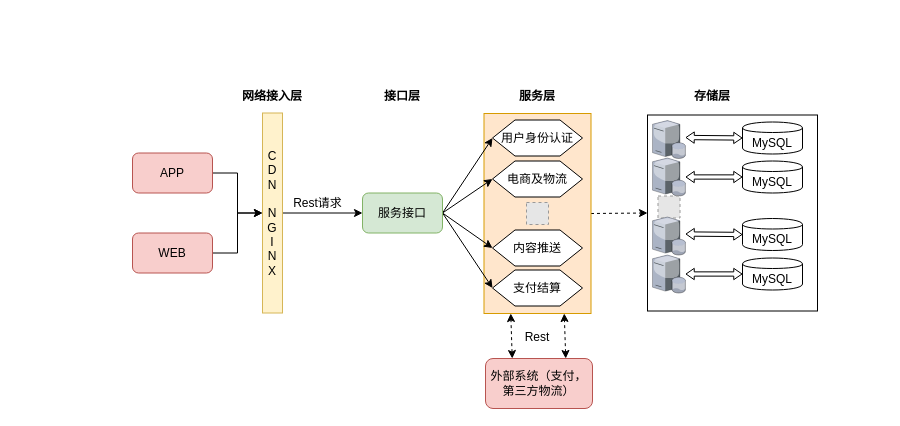
Above: NetWork_Architecture.drawio in 1009351456/Anonymous (draw.io), before the change. Source tidied: cells renumbered, new cells numbered last; positions are measured from the earlier drawing's top-left corner, leaving out a move shared by most shapes. Both pictures are drawn from the tidied source at 100%, with x=0, y=0 at pixel (132, 86). Pictures stored in the file or linked from it are replaced by grey dashed boxes.
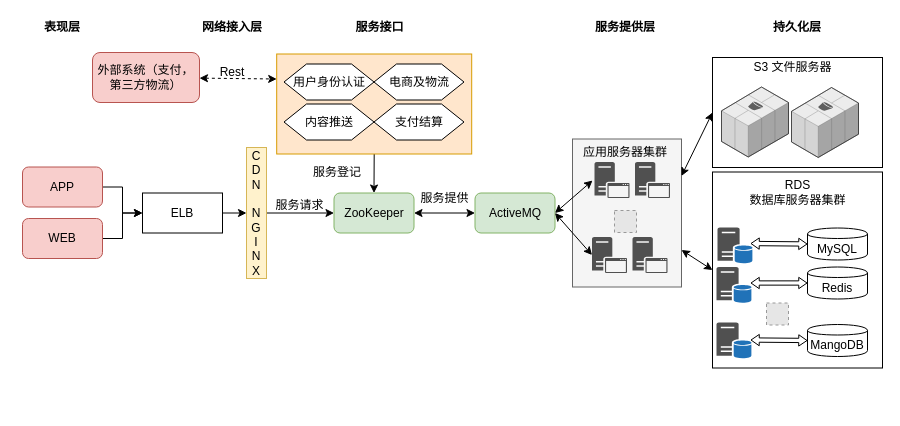
Above is the later version.

Change to the diagram source:
```diff
@@
+    <mxCell id="43" style="rounded=0;whiteSpace=wrap;html=1;strokeColor=#000000;fillColor=#ffffff;fontSize=12;align=center;" parent="1" vertex="1">
+      <mxGeometry x="580" y="-29" width="170" height="110" as="geometry" />
+    </mxCell>
+    <mxCell id="44" style="rounded=0;whiteSpace=wrap;html=1;fontSize=12;align=center;fillColor=#f5f5f5;strokeColor=#666666;fontColor=#333333;" parent="1" vertex="1">
+      <mxGeometry x="440" y="52.5" width="109" height="148" as="geometry" />
+    </mxCell>
+    <mxCell id="45" style="edgeStyle=orthogonalEdgeStyle;rounded=0;jettySize=auto;html=1;exitX=0.5;exitY=1;exitDx=0;exitDy=0;entryX=0.5;entryY=0;entryDx=0;entryDy=0;" parent="1" edge="1" source="46" target="24">
+      <mxGeometry relative="1" as="geometry" />
+    </mxCell>
+    <mxCell id="46" style="rounded=0;whiteSpace=wrap;html=1;fillColor=#ffe6cc;strokeColor=#d79b00;" parent="1" vertex="1">
+      <mxGeometry x="144.2" y="-32.5" width="195" height="100" as="geometry" />
+    </mxCell>
     <mxCell id="2" style="rounded=0;whiteSpace=wrap;html=1;fontSize=12;align=center;" parent="1" vertex="1">
-      <mxGeometry x="515" y="28.5" width="170" height="196" as="geometry" />
+      <mxGeometry x="580" y="85.5" width="170" height="196" as="geometry" />
     </mxCell>
-    <mxCell id="3" style="edgeStyle=none;rounded=0;jettySize=auto;html=1;exitX=1;exitY=0.5;exitDx=0;exitDy=0;entryX=0;entryY=0.5;entryDx=0;entryDy=0;endArrow=classic;endFill=1;fontSize=12;dashed=1;" parent="1" edge="1" source="4" target="2">
-      <mxGeometry relative="1" as="geometry" />
-    </mxCell>
-    <mxCell id="4" style="rounded=0;whiteSpace=wrap;html=1;fontSize=27;align=center;fillColor=#ffe6cc;strokeColor=#d79b00;" parent="1" vertex="1">
-      <mxGeometry x="351.5" y="27" width="107" height="200" as="geometry" />
-    </mxCell>
-    <mxCell id="5" style="edgeStyle=orthogonalEdgeStyle;rounded=0;jettySize=auto;html=1;exitX=1;exitY=0.5;exitDx=0;exitDy=0;entryX=0;entryY=0.5;entryDx=0;entryDy=0;" parent="1" edge="1" source="6" target="10">
+    <mxCell id="5" style="edgeStyle=orthogonalEdgeStyle;rounded=0;jettySize=auto;html=1;exitX=1;exitY=0.5;exitDx=0;exitDy=0;entryX=0;entryY=0.5;entryDx=0;entryDy=0;" parent="1" edge="1" source="6" target="48">
       <mxGeometry relative="1" as="geometry" />
     </mxCell>
     <mxCell id="6" value="APP" style="rounded=1;whiteSpace=wrap;html=1;fillColor=#f8cecc;strokeColor=#b85450;" parent="1" vertex="1">
-      <mxGeometry y="66.5" width="80" height="40" as="geometry" />
+      <mxGeometry x="-110" y="80.5" width="80" height="40" as="geometry" />
     </mxCell>
-    <mxCell id="7" style="edgeStyle=orthogonalEdgeStyle;rounded=0;jettySize=auto;html=1;exitX=1;exitY=0.5;exitDx=0;exitDy=0;entryX=0;entryY=0.5;entryDx=0;entryDy=0;endArrow=classic;endFill=1;" parent="1" edge="1" source="8" target="10">
+    <mxCell id="7" style="edgeStyle=orthogonalEdgeStyle;rounded=0;jettySize=auto;html=1;exitX=1;exitY=0.5;exitDx=0;exitDy=0;entryX=0;entryY=0.5;entryDx=0;entryDy=0;endArrow=classic;endFill=1;" parent="1" edge="1" source="8" target="48">
       <mxGeometry relative="1" as="geometry" />
     </mxCell>
     <mxCell id="8" value="WEB" style="rounded=1;whiteSpace=wrap;html=1;fillColor=#f8cecc;strokeColor=#b85450;" parent="1" vertex="1">
-      <mxGeometry y="146.5" width="80" height="40" as="geometry" />
+      <mxGeometry x="-110" y="132" width="80" height="40" as="geometry" />
     </mxCell>
-    <mxCell id="9" style="edgeStyle=orthogonalEdgeStyle;rounded=0;jettySize=auto;html=1;exitX=1;exitY=0.5;exitDx=0;exitDy=0;entryX=0;entryY=0.5;entryDx=0;entryDy=0;endArrow=classic;endFill=1;" parent="1" edge="1" source="10" target="24">
+    <mxCell id="9" style="edgeStyle=orthogonalEdgeStyle;rounded=0;jettySize=auto;html=1;exitX=1;exitY=0.5;exitDx=0;exitDy=0;entryX=0;entryY=0.5;entryDx=0;entryDy=0;" parent="1" edge="1" source="10" target="24">
       <mxGeometry relative="1" as="geometry" />
     </mxCell>
     <mxCell id="10" value="C&lt;br&gt;D&lt;br&gt;N&lt;br&gt;&lt;br&gt;N&lt;br&gt;G&lt;br&gt;I&lt;br&gt;N&lt;br&gt;X" style="rounded=0;whiteSpace=wrap;html=1;fillColor=#fff2cc;strokeColor=#d6b656;" parent="1" vertex="1">
-      <mxGeometry x="130" y="26.5" width="20" height="200" as="geometry" />
+      <mxGeometry x="114" y="61" width="20" height="131" as="geometry" />
     </mxCell>
     <mxCell id="11" value="网络接入层" style="text;html=1;strokeColor=none;fillColor=none;align=center;verticalAlign=middle;whiteSpace=wrap;rounded=0;fontStyle=1;" parent="1" vertex="1">
-      <mxGeometry x="95" width="90" height="20" as="geometry" />
+      <mxGeometry x="55" y="-69" width="90" height="20" as="geometry" />
     </mxCell>
-    <mxCell id="12" value="接口层" style="text;html=1;strokeColor=none;fillColor=none;align=center;verticalAlign=middle;whiteSpace=wrap;rounded=0;fontStyle=1;" parent="1" vertex="1">
-      <mxGeometry x="250" width="40" height="20" as="geometry" />
+    <mxCell id="12" value="服务接口" style="text;html=1;strokeColor=none;fillColor=none;align=center;verticalAlign=middle;whiteSpace=wrap;rounded=0;fontStyle=1;" parent="1" vertex="1">
+      <mxGeometry x="220" y="-69" width="55" height="20" as="geometry" />
     </mxCell>
-    <mxCell id="13" value="服务层" style="text;html=1;strokeColor=none;fillColor=none;align=center;verticalAlign=middle;whiteSpace=wrap;rounded=0;fontStyle=1;" parent="1" vertex="1">
-      <mxGeometry x="385" width="40" height="20" as="geometry" />
+    <mxCell id="13" value="服务提供层" style="text;html=1;strokeColor=none;fillColor=none;align=center;verticalAlign=middle;whiteSpace=wrap;rounded=0;fontStyle=1;" parent="1" vertex="1">
+      <mxGeometry x="458.5" y="-69" width="68" height="20" as="geometry" />
     </mxCell>
     <mxCell id="14" value="支付结算" style="shape=hexagon;perimeter=hexagonPerimeter2;whiteSpace=wrap;html=1;" parent="1" vertex="1">
-      <mxGeometry x="360" y="183.5" width="90" height="36" as="geometry" />
+      <mxGeometry x="241.5" y="17.5" width="90" height="36" as="geometry" />
     </mxCell>
     <mxCell id="15" value="用户身份认证" style="shape=hexagon;perimeter=hexagonPerimeter2;whiteSpace=wrap;html=1;" parent="1" vertex="1">
-      <mxGeometry x="360" y="33.5" width="90" height="36" as="geometry" />
+      <mxGeometry x="151.5" y="-22.5" width="90" height="36" as="geometry" />
     </mxCell>
     <mxCell id="16" value="内容推送" style="shape=hexagon;perimeter=hexagonPerimeter2;whiteSpace=wrap;html=1;" parent="1" vertex="1">
-      <mxGeometry x="360" y="143.5" width="90" height="36" as="geometry" />
+      <mxGeometry x="151.5" y="17.5" width="90" height="36" as="geometry" />
     </mxCell>
-    <mxCell id="17" value="存储层" style="text;html=1;strokeColor=none;fillColor=none;align=center;verticalAlign=middle;whiteSpace=wrap;rounded=0;fontStyle=1;" parent="1" vertex="1">
-      <mxGeometry x="560" width="40" height="20" as="geometry" />
-    </mxCell>
     <mxCell id="18" value="MySQL" style="shape=cylinder;whiteSpace=wrap;html=1;boundedLbl=1;backgroundOutline=1;" parent="1" vertex="1">
-      <mxGeometry x="610" y="35.5" width="60" height="32" as="geometry" />
+      <mxGeometry x="675" y="141.5" width="60" height="32" as="geometry" />
     </mxCell>
-    <mxCell id="19" style="verticalLabelPosition=bottom;html=1;verticalAlign=top;strokeColor=none;align=center;shape=mxgraph.citrix.database_server;" parent="1" vertex="1">
-      <mxGeometry x="520" y="34" width="33" height="38" as="geometry" />
-    </mxCell>
-    <mxCell id="20" style="edgeStyle=none;rounded=0;jettySize=auto;html=1;exitX=1;exitY=0.5;exitDx=0;exitDy=0;entryX=0;entryY=0.5;entryDx=0;entryDy=0;endArrow=classic;endFill=1;fontSize=27;" parent="1" edge="1" source="24" target="15">
-      <mxGeometry relative="1" as="geometry" />
-    </mxCell>
-    <mxCell id="21" style="edgeStyle=none;rounded=0;jettySize=auto;html=1;exitX=1;exitY=0.5;exitDx=0;exitDy=0;entryX=0;entryY=0.5;entryDx=0;entryDy=0;endArrow=classic;endFill=1;fontSize=27;" parent="1" edge="1" source="24" target="26">
-      <mxGeometry relative="1" as="geometry" />
-    </mxCell>
-    <mxCell id="22" style="edgeStyle=none;rounded=0;jettySize=auto;html=1;exitX=1;exitY=0.5;exitDx=0;exitDy=0;entryX=0;entryY=0.5;entryDx=0;entryDy=0;endArrow=classic;endFill=1;fontSize=27;" parent="1" edge="1" source="24" target="16">
-      <mxGeometry relative="1" as="geometry" />
-    </mxCell>
-    <mxCell id="23" style="edgeStyle=none;rounded=0;jettySize=auto;html=1;exitX=1;exitY=0.5;exitDx=0;exitDy=0;entryX=0;entryY=0.5;entryDx=0;entryDy=0;endArrow=classic;endFill=1;fontSize=27;" parent="1" edge="1" source="24" target="14">
-      <mxGeometry relative="1" as="geometry" />
-    </mxCell>
-    <mxCell id="24" value="服务接口" style="rounded=1;whiteSpace=wrap;html=1;fillColor=#d5e8d4;strokeColor=#82b366;" parent="1" vertex="1">
-      <mxGeometry x="230" y="106.5" width="80" height="40" as="geometry" />
+    <mxCell id="24" value="ZooKeeper" style="rounded=1;whiteSpace=wrap;html=1;fillColor=#d5e8d4;strokeColor=#82b366;" parent="1" vertex="1">
+      <mxGeometry x="201.5" y="106.5" width="80" height="40" as="geometry" />
     </mxCell>
-    <mxCell id="25" value="Rest请求" style="text;html=1;strokeColor=none;fillColor=none;align=center;verticalAlign=middle;whiteSpace=wrap;rounded=0;" parent="1" vertex="1">
-      <mxGeometry x="157.5" y="106.5" width="55" height="20" as="geometry" />
+    <mxCell id="25" value="服务请求" style="text;html=1;strokeColor=none;fillColor=none;align=center;verticalAlign=middle;whiteSpace=wrap;rounded=0;" parent="1" vertex="1">
+      <mxGeometry x="140" y="109" width="55" height="20" as="geometry" />
     </mxCell>
     <mxCell id="26" value="电商及物流" style="shape=hexagon;perimeter=hexagonPerimeter2;whiteSpace=wrap;html=1;" parent="1" vertex="1">
-      <mxGeometry x="360" y="74.5" width="90" height="36" as="geometry" />
+      <mxGeometry x="241.5" y="-22.5" width="90" height="36" as="geometry" />
     </mxCell>
-    <mxCell id="27" style="fillColor=#E6E6E6;strokeColor=#999999;dashed=1;html=1;verticalAlign=top;verticalLabelPosition=bottom;labelBackgroundColor=#ffffff;fontSize=27;align=center;" parent="1" vertex="1">
-      <mxGeometry x="394" y="116" width="22" height="22" as="geometry" />
+    <mxCell id="27" style="fillColor=#E6E6E6;strokeColor=#999999;dashed=1;html=1;verticalAlign=top;verticalLabelPosition=bottom;labelBackgroundColor=#ffffff;fontSize=25;align=center;" parent="1" vertex="1">
+      <mxGeometry x="482" y="124" width="22" height="22" as="geometry" />
     </mxCell>
     <mxCell id="28" value="&lt;font style=&quot;font-size: 12px&quot;&gt;外部系统（支付，第三方物流）&lt;/font&gt;" style="rounded=1;whiteSpace=wrap;html=1;fontSize=12;align=center;fillColor=#f8cecc;strokeColor=#b85450;" parent="1" vertex="1">
-      <mxGeometry x="353" y="272" width="107" height="50" as="geometry" />
+      <mxGeometry x="-40" y="-34" width="107" height="50" as="geometry" />
     </mxCell>
-    <mxCell id="29" style="endArrow=classic;startArrow=classic;html=1;fontSize=12;entryX=0.25;entryY=1;entryDx=0;entryDy=0;exitX=0.25;exitY=0;exitDx=0;exitDy=0;dashed=1;" parent="1" edge="1" source="28" target="4">
-      <mxGeometry relative="1" as="geometry" />
-    </mxCell>
-    <mxCell id="30" style="endArrow=classic;startArrow=classic;html=1;fontSize=12;entryX=0.75;entryY=1;entryDx=0;entryDy=0;exitX=0.75;exitY=0;exitDx=0;exitDy=0;dashed=1;" parent="1" edge="1" source="28" target="4">
-      <mxGeometry relative="1" as="geometry" />
-    </mxCell>
     <mxCell id="31" value="Rest" style="text;html=1;strokeColor=none;fillColor=none;align=center;verticalAlign=middle;whiteSpace=wrap;rounded=0;fontSize=12;" parent="1" vertex="1">
-      <mxGeometry x="390" y="246" width="30" height="10" as="geometry" />
+      <mxGeometry x="85" y="-19" width="30" height="10" as="geometry" />
     </mxCell>
-    <mxCell id="32" style="verticalLabelPosition=bottom;html=1;verticalAlign=top;strokeColor=none;align=center;shape=mxgraph.citrix.database_server;" parent="1" vertex="1">
-      <mxGeometry x="520" y="71.5" width="33" height="38" as="geometry" />
-    </mxCell>
     <mxCell id="33" style="fillColor=#E6E6E6;strokeColor=#999999;dashed=1;html=1;verticalAlign=top;verticalLabelPosition=bottom;labelBackgroundColor=#ffffff;fontSize=27;align=center;" parent="1" vertex="1">
-      <mxGeometry x="525.5" y="109.5" width="22" height="22" as="geometry" />
+      <mxGeometry x="634" y="216.5" width="22" height="22" as="geometry" />
     </mxCell>
-    <mxCell id="34" value="MySQL" style="shape=cylinder;whiteSpace=wrap;html=1;boundedLbl=1;backgroundOutline=1;" parent="1" vertex="1">
-      <mxGeometry x="610" y="74.5" width="60" height="32" as="geometry" />
+    <mxCell id="34" value="Redis" style="shape=cylinder;whiteSpace=wrap;html=1;boundedLbl=1;backgroundOutline=1;" parent="1" vertex="1">
+      <mxGeometry x="675" y="180.5" width="60" height="32" as="geometry" />
     </mxCell>
     <mxCell id="35" style="shape=flexArrow;endArrow=classic;startArrow=classic;html=1;fontSize=12;entryX=0;entryY=0.5;entryDx=0;entryDy=0;startWidth=6.054421768707483;endWidth=6.054421768707483;startSize=2.414285714285714;endSize=2.414285714285714;width=4.285714285714286;" parent="1" edge="1" target="18">
       <mxGeometry relative="1" as="geometry">
-        <mxPoint x="553" y="51" as="sourcePoint" />
+        <mxPoint x="618" y="157" as="sourcePoint" />
       </mxGeometry>
     </mxCell>
     <mxCell id="36" style="shape=flexArrow;endArrow=classic;startArrow=classic;html=1;fontSize=12;startWidth=6.054421768707483;endWidth=6.054421768707483;startSize=2.414285714285714;endSize=2.414285714285714;width=4.285714285714286;entryX=0;entryY=0.5;entryDx=0;entryDy=0;" parent="1" edge="1" target="34">
       <mxGeometry relative="1" as="geometry">
-        <mxPoint x="553" y="90.5" as="sourcePoint" />
+        <mxPoint x="618" y="196.5" as="sourcePoint" />
       </mxGeometry>
     </mxCell>
-    <mxCell id="37" value="MySQL" style="shape=cylinder;whiteSpace=wrap;html=1;boundedLbl=1;backgroundOutline=1;" parent="1" vertex="1">
-      <mxGeometry x="610" y="132" width="60" height="32" as="geometry" />
+    <mxCell id="37" value="MangoDB" style="shape=cylinder;whiteSpace=wrap;html=1;boundedLbl=1;backgroundOutline=1;" parent="1" vertex="1">
+      <mxGeometry x="675" y="238" width="60" height="32" as="geometry" />
     </mxCell>
-    <mxCell id="38" style="verticalLabelPosition=bottom;html=1;verticalAlign=top;strokeColor=none;align=center;shape=mxgraph.citrix.database_server;" parent="1" vertex="1">
-      <mxGeometry x="520" y="130.5" width="33" height="38" as="geometry" />
-    </mxCell>
-    <mxCell id="39" style="verticalLabelPosition=bottom;html=1;verticalAlign=top;strokeColor=none;align=center;shape=mxgraph.citrix.database_server;" parent="1" vertex="1">
-      <mxGeometry x="520" y="168.5" width="33" height="38" as="geometry" />
-    </mxCell>
-    <mxCell id="40" value="MySQL" style="shape=cylinder;whiteSpace=wrap;html=1;boundedLbl=1;backgroundOutline=1;" parent="1" vertex="1">
-      <mxGeometry x="610" y="171.5" width="60" height="32" as="geometry" />
-    </mxCell>
     <mxCell id="41" style="shape=flexArrow;endArrow=classic;startArrow=classic;html=1;fontSize=12;entryX=0;entryY=0.5;entryDx=0;entryDy=0;startWidth=6.054421768707483;endWidth=6.054421768707483;startSize=2.414285714285714;endSize=2.414285714285714;width=4.285714285714286;" parent="1" edge="1" target="37">
       <mxGeometry relative="1" as="geometry">
-        <mxPoint x="553" y="147.5" as="sourcePoint" />
+        <mxPoint x="618" y="253.5" as="sourcePoint" />
       </mxGeometry>
     </mxCell>
-    <mxCell id="42" style="shape=flexArrow;endArrow=classic;startArrow=classic;html=1;fontSize=12;startWidth=6.054421768707483;endWidth=6.054421768707483;startSize=2.414285714285714;endSize=2.414285714285714;width=4.285714285714286;entryX=0;entryY=0.5;entryDx=0;entryDy=0;" parent="1" edge="1" target="40">
-      <mxGeometry relative="1" as="geometry">
-        <mxPoint x="553" y="187.5" as="sourcePoint" />
-      </mxGeometry>
-    </mxCell>
+    <mxCell id="47" style="edgeStyle=orthogonalEdgeStyle;rounded=0;jettySize=auto;html=1;exitX=1;exitY=0.5;exitDx=0;exitDy=0;entryX=0;entryY=0.5;entryDx=0;entryDy=0;" parent="1" edge="1" source="48" target="10">
+      <mxGeometry relative="1" as="geometry" />
+    </mxCell>
+    <mxCell id="48" value="ELB" style="rounded=0;whiteSpace=wrap;html=1;" parent="1" vertex="1">
+      <mxGeometry x="10" y="106.5" width="80" height="40" as="geometry" />
+    </mxCell>
+    <mxCell id="49" style="shadow=0;dashed=0;html=1;strokeColor=none;fillColor=#505050;labelPosition=center;verticalLabelPosition=bottom;verticalAlign=top;align=center;shape=mxgraph.office.servers.application_server;" parent="1" vertex="1">
+      <mxGeometry x="462" y="75.5" width="35" height="36" as="geometry" />
+    </mxCell>
+    <mxCell id="50" style="shadow=0;dashed=0;html=1;strokeColor=none;fillColor=#505050;labelPosition=center;verticalLabelPosition=bottom;verticalAlign=top;align=center;shape=mxgraph.office.servers.application_server;" parent="1" vertex="1">
+      <mxGeometry x="502.5" y="75.5" width="35" height="36" as="geometry" />
+    </mxCell>
+    <mxCell id="51" value="持久化层" style="text;html=1;strokeColor=none;fillColor=none;align=center;verticalAlign=middle;whiteSpace=wrap;rounded=0;fontStyle=1;" parent="1" vertex="1">
+      <mxGeometry x="627" y="-69" width="76" height="20" as="geometry" />
+    </mxCell>
+    <mxCell id="52" style="endArrow=classic;startArrow=classic;html=1;entryX=0;entryY=0.25;entryDx=0;entryDy=0;dashed=1;" parent="1" edge="1" source="28" target="46">
+      <mxGeometry relative="1" as="geometry" />
+    </mxCell>
+    <mxCell id="53" value="服务登记" style="text;html=1;strokeColor=none;fillColor=none;align=center;verticalAlign=middle;whiteSpace=wrap;rounded=0;" parent="1" vertex="1">
+      <mxGeometry x="180" y="75.5" width="50" height="20" as="geometry" />
+    </mxCell>
+    <mxCell id="54" style="shadow=0;dashed=0;html=1;strokeColor=none;fillColor=#505050;labelPosition=center;verticalLabelPosition=bottom;verticalAlign=top;outlineConnect=0;align=center;shape=mxgraph.office.servers.application_server;" parent="1" vertex="1">
+      <mxGeometry x="459.5" y="150.5" width="35" height="36" as="geometry" />
+    </mxCell>
+    <mxCell id="55" style="shadow=0;dashed=0;html=1;strokeColor=none;fillColor=#505050;labelPosition=center;verticalLabelPosition=bottom;verticalAlign=top;align=center;shape=mxgraph.office.servers.application_server;" parent="1" vertex="1">
+      <mxGeometry x="500" y="150.5" width="35" height="36" as="geometry" />
+    </mxCell>
+    <mxCell id="56" value="&lt;font style=&quot;font-size: 12px;&quot;&gt;应用服务器集群&lt;/font&gt;" style="text;html=1;strokeColor=none;fillColor=none;align=center;verticalAlign=middle;whiteSpace=wrap;rounded=0;fontSize=12;" parent="1" vertex="1">
+      <mxGeometry x="447.5" y="55.5" width="90" height="20" as="geometry" />
+    </mxCell>
+    <mxCell id="57" value="服务提供" style="text;html=1;strokeColor=none;fillColor=none;align=center;verticalAlign=middle;whiteSpace=wrap;rounded=0;" parent="1" vertex="1">
+      <mxGeometry x="284.5" y="101.5" width="55" height="20" as="geometry" />
+    </mxCell>
+    <mxCell id="58" style="shadow=0;dashed=0;html=1;strokeColor=none;fillColor=#505050;labelPosition=center;verticalLabelPosition=bottom;verticalAlign=top;align=center;shape=mxgraph.office.databases.database_server_blue;fontSize=12;" parent="1" vertex="1">
+      <mxGeometry x="585" y="141" width="35" height="36" as="geometry" />
+    </mxCell>
+    <mxCell id="59" value="ActiveMQ" style="rounded=1;whiteSpace=wrap;html=1;fillColor=#d5e8d4;strokeColor=#82b366;" parent="1" vertex="1">
+      <mxGeometry x="342.5" y="106.5" width="80" height="40" as="geometry" />
+    </mxCell>
+    <mxCell id="60" style="shadow=0;dashed=0;html=1;strokeColor=none;fillColor=#505050;labelPosition=center;verticalLabelPosition=bottom;verticalAlign=top;align=center;shape=mxgraph.office.databases.database_server_blue;fontSize=12;" parent="1" vertex="1">
+      <mxGeometry x="584" y="180.5" width="35" height="36" as="geometry" />
+    </mxCell>
+    <mxCell id="61" style="shadow=0;dashed=0;html=1;strokeColor=none;fillColor=#505050;labelPosition=center;verticalLabelPosition=bottom;verticalAlign=top;align=center;shape=mxgraph.office.databases.database_server_blue;fontSize=12;" parent="1" vertex="1">
+      <mxGeometry x="584" y="236" width="35" height="36" as="geometry" />
+    </mxCell>
+    <mxCell id="62" value="RDS&lt;br&gt;数据库服务器集群" style="text;html=1;strokeColor=none;fillColor=none;align=center;verticalAlign=middle;whiteSpace=wrap;rounded=0;fontSize=12;" parent="1" vertex="1">
+      <mxGeometry x="607.5" y="95.5" width="115" height="20" as="geometry" />
+    </mxCell>
+    <mxCell id="63" style="verticalLabelPosition=bottom;html=1;verticalAlign=top;strokeWidth=1;align=center;dashed=0;shape=mxgraph.aws3d.s3;fillColor=#ECECEC;strokeColor=#5E5E5E;fontSize=12;" parent="1" vertex="1">
+      <mxGeometry x="589" y="0.5" width="67" height="70" as="geometry" />
+    </mxCell>
+    <mxCell id="64" style="verticalLabelPosition=bottom;html=1;verticalAlign=top;strokeWidth=1;align=center;dashed=0;shape=mxgraph.aws3d.s3;fillColor=#ECECEC;strokeColor=#5E5E5E;fontSize=12;" parent="1" vertex="1">
+      <mxGeometry x="659" y="1" width="67" height="70" as="geometry" />
+    </mxCell>
+    <mxCell id="65" value="S3 文件服务器" style="text;html=1;strokeColor=none;fillColor=none;align=center;verticalAlign=middle;whiteSpace=wrap;rounded=0;fontSize=12;" parent="1" vertex="1">
+      <mxGeometry x="602.5" y="-29" width="115" height="20" as="geometry" />
+    </mxCell>
+    <mxCell id="66" style="endArrow=classic;startArrow=classic;html=1;fontSize=12;entryX=0;entryY=0.5;entryDx=0;entryDy=0;exitX=1;exitY=0.25;exitDx=0;exitDy=0;" parent="1" edge="1" source="44" target="43">
+      <mxGeometry relative="1" as="geometry" />
+    </mxCell>
+    <mxCell id="67" style="endArrow=classic;startArrow=classic;html=1;fontSize=12;entryX=0;entryY=0.5;entryDx=0;entryDy=0;exitX=1;exitY=0.75;exitDx=0;exitDy=0;" parent="1" edge="1" source="44" target="2">
+      <mxGeometry relative="1" as="geometry" />
+    </mxCell>
+    <mxCell id="68" style="endArrow=classic;startArrow=classic;html=1;fontSize=12;entryX=0;entryY=0.5;entryDx=0;entryDy=0;exitX=1;exitY=0.5;exitDx=0;exitDy=0;" parent="1" edge="1" source="24" target="59">
+      <mxGeometry relative="1" as="geometry" />
+    </mxCell>
+    <mxCell id="69" style="endArrow=classic;startArrow=classic;html=1;fontSize=12;exitX=1;exitY=0.5;exitDx=0;exitDy=0;" parent="1" edge="1" source="59">
+      <mxGeometry relative="1" as="geometry">
+        <mxPoint x="460" y="94" as="targetPoint" />
+      </mxGeometry>
+    </mxCell>
+    <mxCell id="70" style="endArrow=classic;startArrow=classic;html=1;fontSize=12;exitX=1;exitY=0.5;exitDx=0;exitDy=0;entryX=0;entryY=0.5;entryDx=0;entryDy=0;entryPerimeter=0;" parent="1" edge="1" source="59" target="54">
+      <mxGeometry relative="1" as="geometry" />
+    </mxCell>
+    <mxCell id="71" value="表现层" style="text;html=1;strokeColor=none;fillColor=none;align=center;verticalAlign=middle;whiteSpace=wrap;rounded=0;fontStyle=1;" parent="1" vertex="1">
+      <mxGeometry x="-115" y="-69" width="90" height="20" as="geometry" />
+    </mxCell>
```
